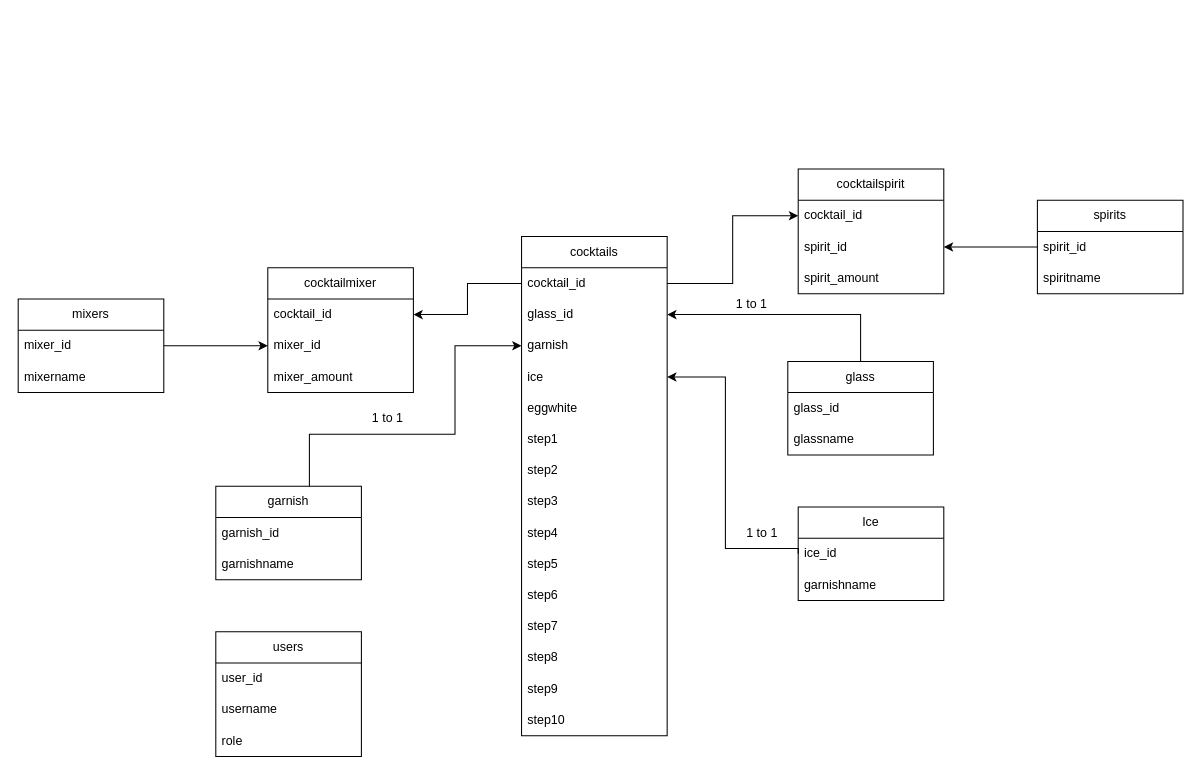
Above: Documentatie/cocktailDatabaseOntwerp.drawio in dannyjanneman/CocktailSaver (draw.io), before the change. Source tidied: cells renumbered, new cells numbered last; positions are measured from the earlier drawing's top-left corner, leaving out a move shared by most shapes. Both pictures are drawn from the tidied source at 104%, with x=0, y=0 at pixel (18, 168).
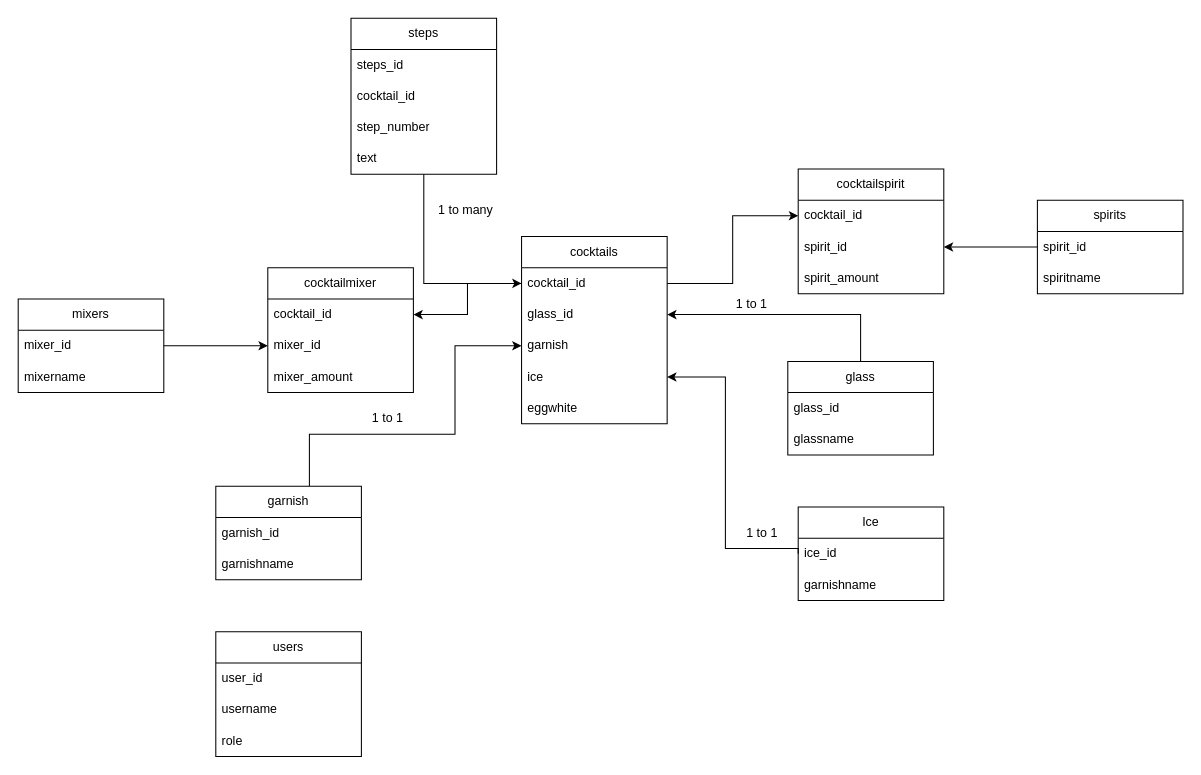
After the change.

Commit message (it also covers changes not shown here):
Update database design

The change refers to these unchanged cells:
```xml
<mxCell id="7" value="cocktail_id" style="text;strokeColor=none;fillColor=none;align=left;verticalAlign=middle;spacingLeft=4;spacingRight=4;overflow=hidden;points=[[0,0.5],[1,0.5]];portConstraint=eastwest;whiteSpace=wrap;html=1;" parent="6" vertex="1">
  <mxGeometry y="30" width="140" height="30" as="geometry" />
</mxCell>
```

What changed in the source:
```diff
@@
     <mxCell id="6" value="cocktails" style="swimlane;fontStyle=0;horizontal=1;startSize=30;whiteSpace=wrap;html=1;" parent="1" vertex="1">
-      <mxGeometry x="484" y="65" width="140" height="480" as="geometry" />
+      <mxGeometry x="484" y="65" width="140" height="180" as="geometry" />
     </mxCell>
@@
-    <mxCell id="12" value="step1&lt;span style=&quot;white-space: pre;&quot;&gt;&#9;&lt;/span&gt;" style="text;strokeColor=none;fillColor=none;align=left;verticalAlign=middle;spacingLeft=4;spacingRight=4;overflow=hidden;whiteSpace=wrap;html=1;" parent="6" vertex="1">
-      <mxGeometry y="180" width="140" height="30" as="geometry" />
-    </mxCell>
-    <mxCell id="13" value="step2" style="text;strokeColor=none;fillColor=none;align=left;verticalAlign=middle;spacingLeft=4;spacingRight=4;overflow=hidden;whiteSpace=wrap;html=1;" parent="6" vertex="1">
-      <mxGeometry y="210" width="140" height="30" as="geometry" />
-    </mxCell>
-    <mxCell id="14" value="step3" style="text;strokeColor=none;fillColor=none;align=left;verticalAlign=middle;spacingLeft=4;spacingRight=4;overflow=hidden;whiteSpace=wrap;html=1;" parent="6" vertex="1">
-      <mxGeometry y="240" width="140" height="30" as="geometry" />
-    </mxCell>
-    <mxCell id="15" value="step4" style="text;strokeColor=none;fillColor=none;align=left;verticalAlign=middle;spacingLeft=4;spacingRight=4;overflow=hidden;whiteSpace=wrap;html=1;" parent="6" vertex="1">
-      <mxGeometry y="270" width="140" height="30" as="geometry" />
-    </mxCell>
-    <mxCell id="16" value="step5" style="text;strokeColor=none;fillColor=none;align=left;verticalAlign=middle;spacingLeft=4;spacingRight=4;overflow=hidden;whiteSpace=wrap;html=1;" parent="6" vertex="1">
-      <mxGeometry y="300" width="140" height="30" as="geometry" />
-    </mxCell>
-    <mxCell id="17" value="step6" style="text;strokeColor=none;fillColor=none;align=left;verticalAlign=middle;spacingLeft=4;spacingRight=4;overflow=hidden;whiteSpace=wrap;html=1;" parent="6" vertex="1">
-      <mxGeometry y="330" width="140" height="30" as="geometry" />
-    </mxCell>
-    <mxCell id="18" value="step7" style="text;strokeColor=none;fillColor=none;align=left;verticalAlign=middle;spacingLeft=4;spacingRight=4;overflow=hidden;whiteSpace=wrap;html=1;" parent="6" vertex="1">
-      <mxGeometry y="360" width="140" height="30" as="geometry" />
-    </mxCell>
-    <mxCell id="19" value="step8" style="text;strokeColor=none;fillColor=none;align=left;verticalAlign=middle;spacingLeft=4;spacingRight=4;overflow=hidden;whiteSpace=wrap;html=1;" parent="6" vertex="1">
-      <mxGeometry y="390" width="140" height="30" as="geometry" />
-    </mxCell>
-    <mxCell id="20" value="step9" style="text;strokeColor=none;fillColor=none;align=left;verticalAlign=middle;spacingLeft=4;spacingRight=4;overflow=hidden;whiteSpace=wrap;html=1;" parent="6" vertex="1">
-      <mxGeometry y="420" width="140" height="30" as="geometry" />
-    </mxCell>
-    <mxCell id="21" value="step10" style="text;strokeColor=none;fillColor=none;align=left;verticalAlign=middle;spacingLeft=4;spacingRight=4;overflow=hidden;whiteSpace=wrap;html=1;" parent="6" vertex="1">
-      <mxGeometry y="450" width="140" height="30" as="geometry" />
-    </mxCell>
@@
+    <mxCell id="55" style="edgeStyle=orthogonalEdgeStyle;rounded=0;jettySize=auto;html=1;" parent="1" edge="1" source="56" target="7">
+      <mxGeometry relative="1" as="geometry" />
+    </mxCell>
+    <mxCell id="56" value="steps" style="swimlane;fontStyle=0;horizontal=1;startSize=30;whiteSpace=wrap;html=1;" parent="1" vertex="1">
+      <mxGeometry x="320" y="-145" width="140" height="150" as="geometry" />
+    </mxCell>
+    <mxCell id="57" value="steps_id" style="text;strokeColor=none;fillColor=none;align=left;verticalAlign=middle;spacingLeft=4;spacingRight=4;overflow=hidden;whiteSpace=wrap;html=1;" parent="56" vertex="1">
+      <mxGeometry y="30" width="140" height="30" as="geometry" />
+    </mxCell>
+    <mxCell id="58" value="cocktail_id" style="text;strokeColor=none;fillColor=none;align=left;verticalAlign=middle;spacingLeft=4;spacingRight=4;overflow=hidden;whiteSpace=wrap;html=1;" parent="56" vertex="1">
+      <mxGeometry y="60" width="140" height="30" as="geometry" />
+    </mxCell>
+    <mxCell id="59" value="step_number" style="text;strokeColor=none;fillColor=none;align=left;verticalAlign=middle;spacingLeft=4;spacingRight=4;overflow=hidden;whiteSpace=wrap;html=1;" parent="56" vertex="1">
+      <mxGeometry y="90" width="140" height="30" as="geometry" />
+    </mxCell>
+    <mxCell id="60" value="text" style="text;strokeColor=none;fillColor=none;align=left;verticalAlign=middle;spacingLeft=4;spacingRight=4;overflow=hidden;whiteSpace=wrap;html=1;" parent="56" vertex="1">
+      <mxGeometry y="120" width="140" height="30" as="geometry" />
+    </mxCell>
+    <mxCell id="61" value="1 to many" style="text;html=1;align=center;verticalAlign=middle;strokeColor=none;fillColor=none;" parent="1" vertex="1">
+      <mxGeometry x="390" y="25" width="80" height="30" as="geometry" />
+    </mxCell>
```
